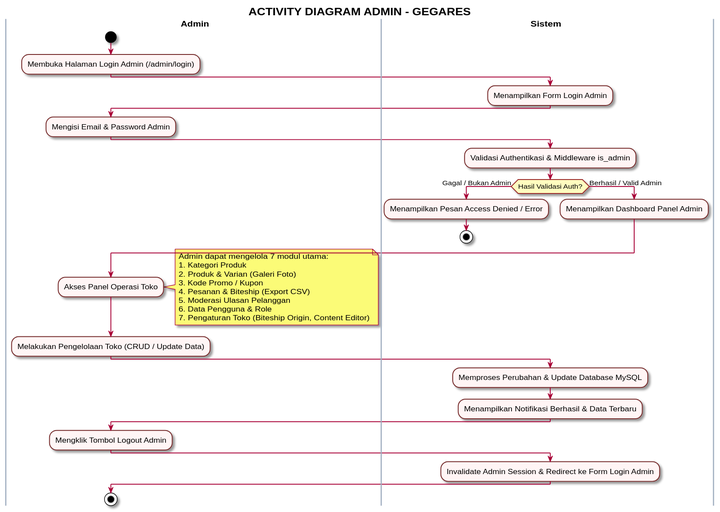
Above: diagrams/activity_diagram_admin.svg in greedykid/gegares_toko (PlantUML), before the change.
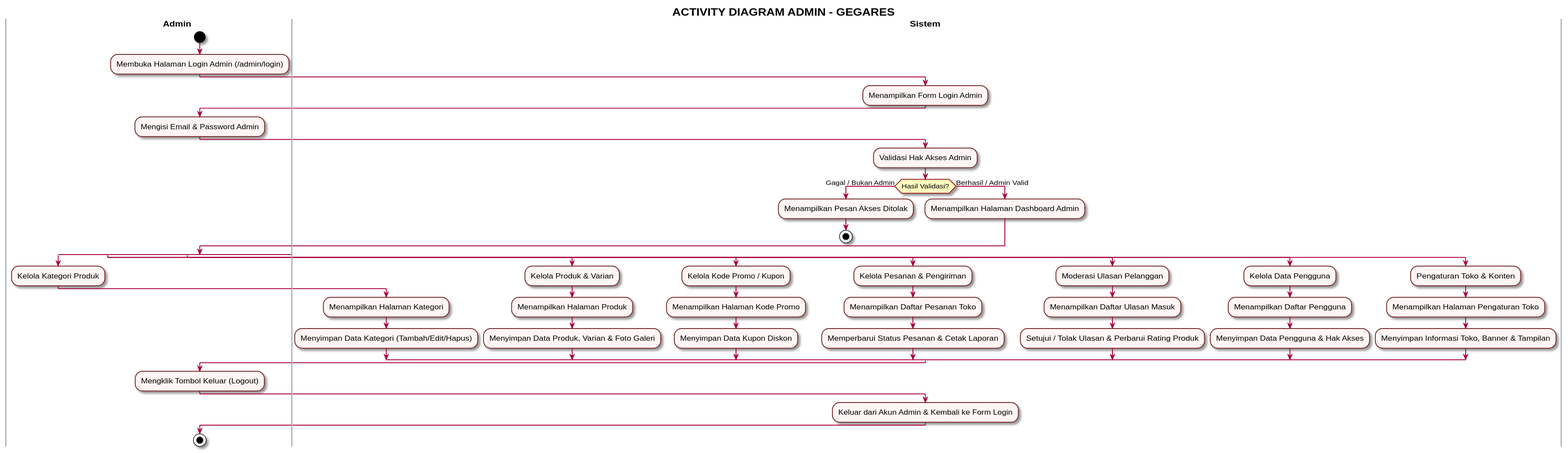
After the commit.

Commit message:
docs(diagram): update activity diagrams terminology to non-technical Bahasa Indonesia and Pakasir payment

Diff of the diagram source:
```diff
@@ -9,7 +9,7 @@
 skinparam SwimlaneTitleFontSize 14
 skinparam SwimlaneTitleFontStyle bold
 skinparam SwimlaneBorderColor #A0AEC0
-skinparam SwimlaneWidth 300
+skinparam SwimlaneWidth 280
 
 title **ACTIVITY DIAGRAM ADMIN - GEGARES**
 
@@ -24,39 +24,63 @@
 :Mengisi Email & Password Admin;
 
 |Sistem|
-:Validasi Authentikasi & Middleware is_admin;
-if (Hasil Validasi Auth?) then (Gagal / Bukan Admin)
-  :Menampilkan Pesan Access Denied / Error;
+:Validasi Hak Akses Admin;
+if (Hasil Validasi?) then (Gagal / Bukan Admin)
+  :Menampilkan Pesan Akses Ditolak;
   stop
-else (Berhasil / Valid Admin)
-  :Menampilkan Dashboard Panel Admin;
+else (Berhasil / Admin Valid)
+  :Menampilkan Halaman Dashboard Admin;
 endif
 
 |Admin|
-:Akses Panel Operasi Toko;
-note right
-  Admin dapat mengelola 7 modul utama:
-  1. Kategori Produk
-  2. Produk & Varian (Galeri Foto)
-  3. Kode Promo / Kupon
-  4. Pesanan & Biteship (Export CSV)
-  5. Moderasi Ulasan Pelanggan
-  6. Data Pengguna & Role
-  7. Pengaturan Toko (Biteship Origin, Content Editor)
-end note
+split
+  :Kelola Kategori Produk;
+  |Sistem|
+  :Menampilkan Halaman Kategori;
+  :Menyimpan Data Kategori (Tambah/Edit/Hapus);
+
+split again
+  :Kelola Produk & Varian;
+  |Sistem|
+  :Menampilkan Halaman Produk;
+  :Menyimpan Data Produk, Varian & Foto Galeri;
+
+split again
+  :Kelola Kode Promo / Kupon;
+  |Sistem|
+  :Menampilkan Halaman Kode Promo;
+  :Menyimpan Data Kupon Diskon;
+
+split again
+  :Kelola Pesanan & Pengiriman;
+  |Sistem|
+  :Menampilkan Daftar Pesanan Toko;
+  :Memperbarui Status Pesanan & Cetak Laporan;
+
+split again
+  :Moderasi Ulasan Pelanggan;
+  |Sistem|
+  :Menampilkan Daftar Ulasan Masuk;
+  :Setujui / Tolak Ulasan & Perbarui Rating Produk;
+
+split again
+  :Kelola Data Pengguna;
+  |Sistem|
+  :Menampilkan Daftar Pengguna;
+  :Menyimpan Data Pengguna & Hak Akses;
+
+split again
+  :Pengaturan Toko & Konten;
+  |Sistem|
+  :Menampilkan Halaman Pengaturan Toko;
+  :Menyimpan Informasi Toko, Banner & Tampilan;
+end split
 
 |Admin|
-:Melakukan Pengelolaan Toko (CRUD / Update Data);
+:Mengklik Tombol Keluar (Logout);
 
 |Sistem|
-:Memproses Perubahan & Update Database MySQL;
-:Menampilkan Notifikasi Berhasil & Data Terbaru;
-
-|Admin|
-:Mengklik Tombol Logout Admin;
-
-|Sistem|
-:Invalidate Admin Session & Redirect ke Form Login Admin;
+:Keluar dari Akun Admin & Kembali ke Form Login;
 
 |Admin|
 stop
```
